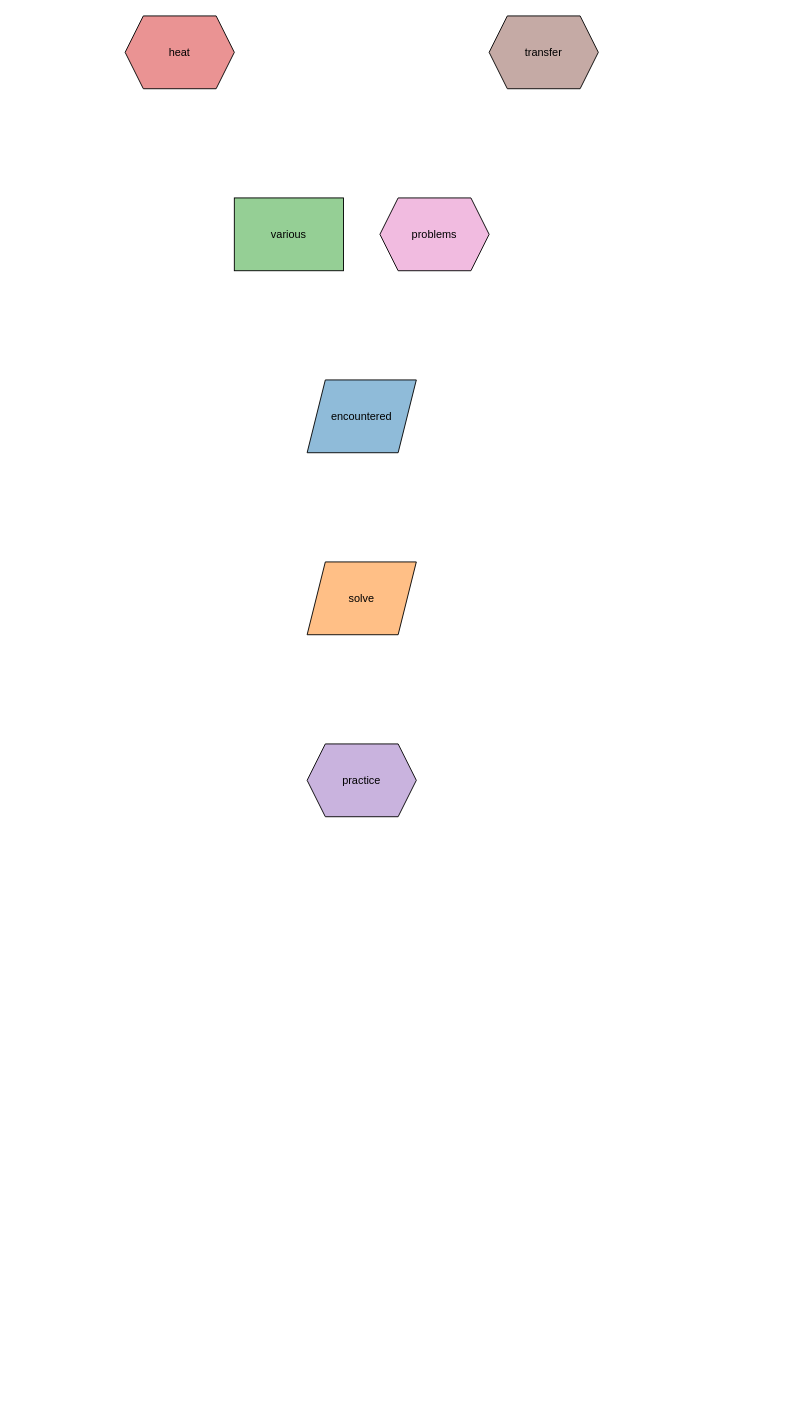
Before: Chapter1 - Introduction & Basic Concepts/2026-01-28 - HelingNicholas_ConceptMap1.drawio in KizunaKiseki/HeatTransferProgram, a draw.io diagram. Source tidied: cells renumbered, new cells numbered last; positions are measured from the earlier drawing's top-left corner, leaving out a move shared by most shapes. Both pictures are drawn from the tidied source at 91%, with x=0, y=0 at pixel (125, 15).
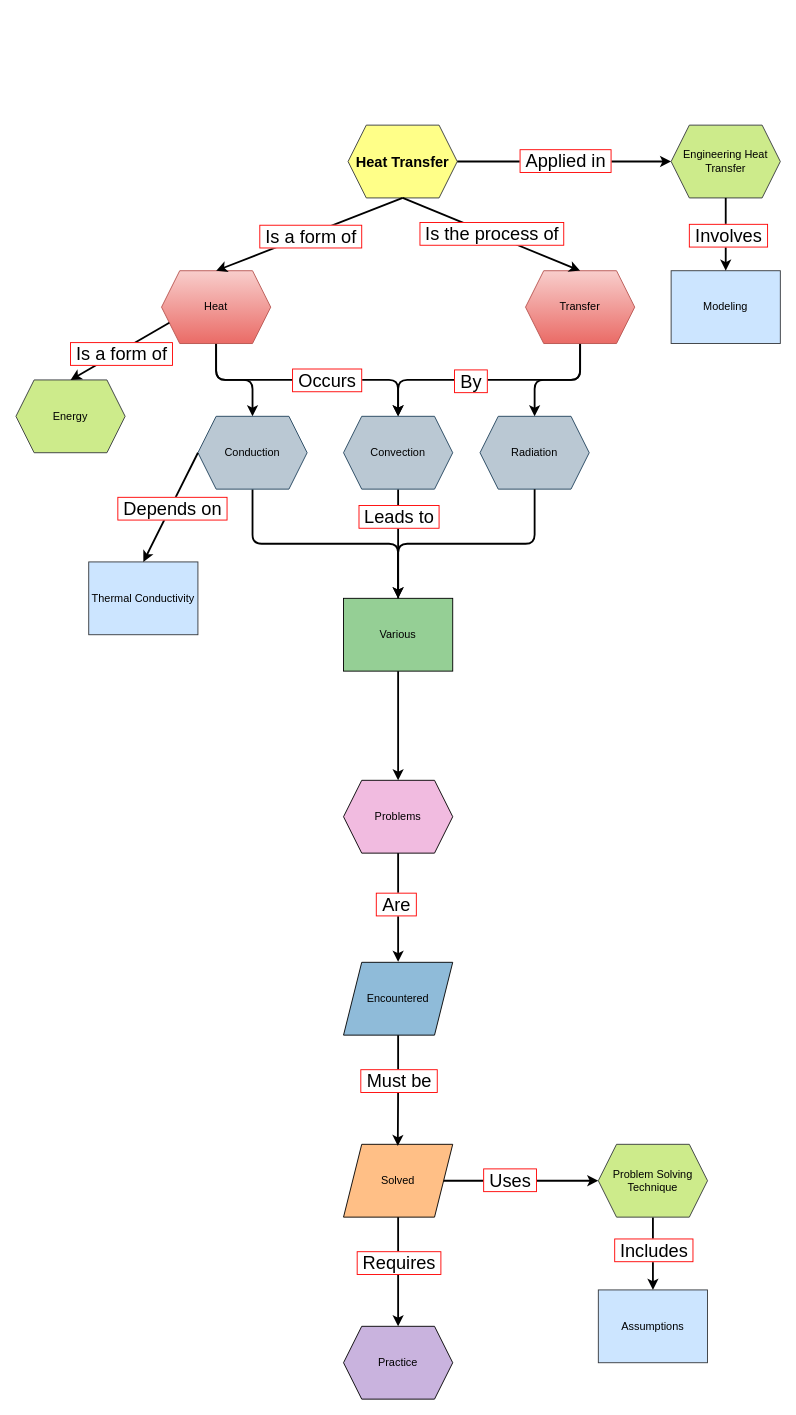
The same page after the edit.

Change to the diagram source:
```diff
@@
-    <mxCell id="2" value="encountered" style="whiteSpace=wrap;rounded=0;fillColor=#8fbbd9;dashed=0;inherit=default;shape=parallelogram;perimeter=parelleogramPerimeter;fixedSize=1;" parent="1" vertex="1">
-      <mxGeometry x="200" y="400" width="120" height="80" as="geometry" />
+    <mxCell id="2" value="Encountered" style="whiteSpace=wrap;rounded=0;fillColor=#8fbbd9;dashed=0;inherit=default;shape=parallelogram;perimeter=parelleogramPerimeter;fixedSize=1;" parent="1" vertex="1">
+      <mxGeometry x="240" y="1040" width="120" height="80" as="geometry" />
     </mxCell>
-    <mxCell id="3" value="solve" style="whiteSpace=wrap;rounded=0;fillColor=#ffbf86;dashed=0;inherit=default;shape=parallelogram;perimeter=parelleogramPerimeter;fixedSize=1;" parent="1" vertex="1">
-      <mxGeometry x="200" y="600" width="120" height="80" as="geometry" />
-    </mxCell>
-    <mxCell id="4" value="various" style="whiteSpace=wrap;rounded=0;fillColor=#95cf95;dashed=0;inherit=default;" parent="1" vertex="1">
-      <mxGeometry x="120" y="200" width="120" height="80" as="geometry" />
-    </mxCell>
+    <mxCell id="9" style="edgeStyle=elbowEdgeStyle;elbow=vertical;html=1;entryX=0;entryY=0.5;entryDx=0;entryDy=0;strokeWidth=2;" parent="1" edge="1" source="3" target="43">
+      <mxGeometry relative="1" as="geometry" />
+    </mxCell>
+    <mxCell id="10" value="&lt;font style=&quot;font-size: 20px;&quot;&gt;&amp;nbsp;Uses&amp;nbsp;&lt;/font&gt;" style="edgeLabel;html=1;align=center;verticalAlign=middle;labelBorderColor=light-dark(#ff0000, #ededed);" parent="9" vertex="1">
+      <mxGeometry x="0.11" y="2" relative="1" as="geometry" />
+    </mxCell>
+    <mxCell id="11" style="edgeStyle=elbowEdgeStyle;elbow=vertical;html=1;strokeWidth=2;" parent="1" edge="1" source="5" target="21">
+      <mxGeometry relative="1" as="geometry" />
+    </mxCell>
+    <mxCell id="12" value="&amp;nbsp;Occurs&amp;nbsp;" style="edgeLabel;html=1;align=center;verticalAlign=middle;fontSize=20;labelBorderColor=light-dark(#ff0000, #ededed);" parent="11" vertex="1">
+      <mxGeometry x="0.15" y="1" relative="1" as="geometry" />
+    </mxCell>
+    <mxCell id="13" style="edgeStyle=elbowEdgeStyle;elbow=vertical;html=1;exitX=0.5;exitY=1;exitDx=0;exitDy=0;entryX=0.5;entryY=0;entryDx=0;entryDy=0;strokeWidth=2;" parent="1" edge="1" source="5" target="18">
+      <mxGeometry relative="1" as="geometry" />
+    </mxCell>
-    <mxCell id="5" value="heat" style="whiteSpace=wrap;rounded=0;fillColor=#ea9393;dashed=0;inherit=default;shape=hexagon;perimeter=hexagonPerimeter2;fixedSize=1;strokeWidth=1;" parent="1" vertex="1">
-      <mxGeometry width="120" height="80" as="geometry" />
+    <mxCell id="5" value="Heat" style="whiteSpace=wrap;rounded=0;fillColor=#f8cecc;dashed=0;inherit=default;shape=hexagon;perimeter=hexagonPerimeter2;fixedSize=1;strokeWidth=1;strokeColor=#b85450;gradientColor=#ea6b66;" parent="1" vertex="1">
+      <mxGeometry x="40" y="280" width="120" height="80" as="geometry" />
     </mxCell>
-    <mxCell id="6" value="practice" style="whiteSpace=wrap;rounded=0;fillColor=#c9b3de;dashed=0;inherit=default;shape=hexagon;perimeter=hexagonPerimeter2;fixedSize=1;" parent="1" vertex="1">
-      <mxGeometry x="200" y="800" width="120" height="80" as="geometry" />
+    <mxCell id="6" value="Practice" style="whiteSpace=wrap;rounded=0;fillColor=#c9b3de;dashed=0;inherit=default;shape=hexagon;perimeter=hexagonPerimeter2;fixedSize=1;" parent="1" vertex="1">
+      <mxGeometry x="240" y="1440" width="120" height="80" as="geometry" />
     </mxCell>
+    <mxCell id="14" style="edgeStyle=elbowEdgeStyle;elbow=vertical;html=1;exitX=0.5;exitY=1;exitDx=0;exitDy=0;entryX=0.5;entryY=0;entryDx=0;entryDy=0;strokeWidth=2;" parent="1" edge="1" source="7" target="21">
+      <mxGeometry relative="1" as="geometry" />
+    </mxCell>
+    <mxCell id="15" value="&amp;nbsp;By&amp;nbsp;" style="edgeLabel;html=1;align=center;verticalAlign=middle;fontSize=20;labelBorderColor=light-dark(#ff0000, #ededed);" parent="14" vertex="1">
+      <mxGeometry x="0.15" relative="1" as="geometry" />
+    </mxCell>
+    <mxCell id="16" style="edgeStyle=elbowEdgeStyle;elbow=vertical;html=1;exitX=0.5;exitY=1;exitDx=0;exitDy=0;entryX=0.5;entryY=0;entryDx=0;entryDy=0;strokeWidth=2;" parent="1" edge="1" source="7" target="23">
+      <mxGeometry relative="1" as="geometry" />
+    </mxCell>
-    <mxCell id="7" value="transfer" style="whiteSpace=wrap;rounded=0;fillColor=#c5aaa5;dashed=0;inherit=default;shape=hexagon;perimeter=hexagonPerimeter2;fixedSize=1;" parent="1" vertex="1">
-      <mxGeometry x="400" width="120" height="80" as="geometry" />
+    <mxCell id="7" value="Transfer" style="whiteSpace=wrap;rounded=0;fillColor=#f8cecc;dashed=0;inherit=default;shape=hexagon;perimeter=hexagonPerimeter2;fixedSize=1;strokeColor=#b85450;gradientColor=#ea6b66;" parent="1" vertex="1">
+      <mxGeometry x="440" y="280" width="120" height="80" as="geometry" />
     </mxCell>
-    <mxCell id="8" value="problems" style="whiteSpace=wrap;rounded=0;fillColor=#f1bbe0;dashed=0;inherit=default;shape=hexagon;perimeter=hexagonPerimeter2;fixedSize=1;" parent="1" vertex="1">
-      <mxGeometry x="280" y="200" width="120" height="80" as="geometry" />
+    <mxCell id="8" value="Problems" style="whiteSpace=wrap;rounded=0;fillColor=#f1bbe0;dashed=0;inherit=default;shape=hexagon;perimeter=hexagonPerimeter2;fixedSize=1;" parent="1" vertex="1">
+      <mxGeometry x="240" y="840" width="120" height="80" as="geometry" />
     </mxCell>
+    <mxCell id="17" style="edgeStyle=elbowEdgeStyle;elbow=vertical;html=1;entryX=0.5;entryY=0;entryDx=0;entryDy=0;strokeWidth=2;" parent="1" edge="1" source="18" target="4">
+      <mxGeometry relative="1" as="geometry" />
+    </mxCell>
+    <mxCell id="18" value="Conduction" style="whiteSpace=wrap;rounded=0;fillColor=#bac8d3;dashed=0;inherit=default;shape=hexagon;perimeter=hexagonPerimeter2;fixedSize=1;strokeWidth=1;strokeColor=#23445d;" parent="1" vertex="1">
+      <mxGeometry x="80" y="440" width="120" height="80" as="geometry" />
+    </mxCell>
+    <mxCell id="19" style="edgeStyle=elbowEdgeStyle;elbow=vertical;html=1;exitX=0.5;exitY=1;exitDx=0;exitDy=0;strokeWidth=2;" parent="1" edge="1" source="21">
+      <mxGeometry relative="1" as="geometry">
+        <mxPoint x="300.4" y="720" as="targetPoint" />
+      </mxGeometry>
+    </mxCell>
+    <mxCell id="20" value="&amp;nbsp;Leads to&amp;nbsp;" style="edgeLabel;html=1;align=center;verticalAlign=middle;fontSize=20;labelBorderColor=light-dark(#ff0000, #ededed);" parent="19" vertex="1">
+      <mxGeometry x="-0.44" y="2" relative="1" as="geometry">
+        <mxPoint x="-2" y="-27" as="offset" />
+      </mxGeometry>
+    </mxCell>
+    <mxCell id="21" value="Convection" style="whiteSpace=wrap;rounded=0;fillColor=#bac8d3;dashed=0;inherit=default;shape=hexagon;perimeter=hexagonPerimeter2;fixedSize=1;strokeWidth=1;strokeColor=#23445d;" parent="1" vertex="1">
+      <mxGeometry x="240" y="440" width="120" height="80" as="geometry" />
+    </mxCell>
+    <mxCell id="22" style="edgeStyle=elbowEdgeStyle;elbow=vertical;html=1;exitX=0.5;exitY=1;exitDx=0;exitDy=0;strokeWidth=2;" parent="1" edge="1" source="4">
+      <mxGeometry relative="1" as="geometry">
+        <mxPoint x="300" y="720" as="targetPoint" />
+      </mxGeometry>
+    </mxCell>
+    <mxCell id="23" value="Radiation" style="whiteSpace=wrap;rounded=0;fillColor=#bac8d3;dashed=0;inherit=default;shape=hexagon;perimeter=hexagonPerimeter2;fixedSize=1;strokeWidth=1;strokeColor=#23445d;" parent="1" vertex="1">
+      <mxGeometry x="390" y="440" width="120" height="80" as="geometry" />
+    </mxCell>
+    <mxCell id="24" value="Heat Transfer" style="whiteSpace=wrap;rounded=0;dashed=0;inherit=default;shape=hexagon;perimeter=hexagonPerimeter2;fixedSize=1;strokeWidth=1;fillColor=#ffff88;strokeColor=#36393d;fontStyle=1;fontSize=16;" parent="1" vertex="1">
+      <mxGeometry x="245" y="120" width="120" height="80" as="geometry" />
+    </mxCell>
+    <mxCell id="25" style="edgeStyle=none;jettySize=auto;html=1;entryX=0.5;entryY=0;entryDx=0;entryDy=0;exitX=0.5;exitY=1;exitDx=0;exitDy=0;strokeWidth=2;" parent="1" edge="1" source="24" target="7">
+      <mxGeometry relative="1" as="geometry" />
+    </mxCell>
+    <mxCell id="26" value="&amp;nbsp;Is the process of&amp;nbsp;" style="edgeLabel;html=1;align=center;verticalAlign=middle;fontSize=20;labelBorderColor=light-dark(#ff0000, #ededed);" parent="25" vertex="1">
+      <mxGeometry y="2" relative="1" as="geometry" />
+    </mxCell>
+    <mxCell id="27" style="edgeStyle=none;jettySize=auto;html=1;entryX=0.5;entryY=0;entryDx=0;entryDy=0;exitX=0.5;exitY=1;exitDx=0;exitDy=0;strokeWidth=2;" parent="1" edge="1" source="24" target="5">
+      <mxGeometry relative="1" as="geometry" />
+    </mxCell>
+    <mxCell id="28" value="&amp;nbsp;Is a form of&amp;nbsp;" style="edgeLabel;html=1;align=center;verticalAlign=middle;fontSize=20;labelBorderColor=light-dark(#ff0000, #ededed);" parent="27" vertex="1">
+      <mxGeometry y="2" relative="1" as="geometry" />
+    </mxCell>
+    <mxCell id="29" value="Energy" style="whiteSpace=wrap;rounded=0;fillColor=#cdeb8b;dashed=0;inherit=default;shape=hexagon;perimeter=hexagonPerimeter2;fixedSize=1;strokeWidth=1;strokeColor=#36393d;" parent="1" vertex="1">
+      <mxGeometry x="-120" y="400" width="120" height="80" as="geometry" />
+    </mxCell>
+    <mxCell id="30" style="edgeStyle=none;jettySize=auto;html=1;entryX=0.5;entryY=0;entryDx=0;entryDy=0;exitX=0;exitY=0.75;exitDx=0;exitDy=0;strokeWidth=2;" parent="1" edge="1" source="5" target="29">
+      <mxGeometry relative="1" as="geometry" />
+    </mxCell>
+    <mxCell id="31" value="&amp;nbsp;Is a form of&amp;nbsp;" style="edgeLabel;html=1;align=center;verticalAlign=middle;fontSize=20;labelBorderColor=light-dark(#ff0000, #ededed);" parent="30" vertex="1">
+      <mxGeometry y="2" relative="1" as="geometry" />
+    </mxCell>
+    <mxCell id="32" value="Engineering Heat Transfer" style="whiteSpace=wrap;rounded=0;fillColor=#cdeb8b;dashed=0;inherit=default;shape=hexagon;perimeter=hexagonPerimeter2;fixedSize=1;strokeWidth=1;strokeColor=#36393d;" parent="1" vertex="1">
+      <mxGeometry x="600" y="120" width="120" height="80" as="geometry" />
+    </mxCell>
+    <mxCell id="33" style="edgeStyle=none;jettySize=auto;html=1;entryX=0;entryY=0.5;entryDx=0;entryDy=0;exitX=1;exitY=0.5;exitDx=0;exitDy=0;strokeWidth=2;" parent="1" edge="1" source="24" target="32">
+      <mxGeometry relative="1" as="geometry" />
+    </mxCell>
+    <mxCell id="34" value="&amp;nbsp;Applied in&amp;nbsp;" style="edgeLabel;html=1;align=center;verticalAlign=middle;fontSize=20;labelBorderColor=light-dark(#ff0000, #ededed);" parent="33" vertex="1">
+      <mxGeometry y="2" relative="1" as="geometry" />
+    </mxCell>
+    <mxCell id="35" value="Modeling" style="whiteSpace=wrap;rounded=0;fillColor=#cce5ff;dashed=0;inherit=default;strokeColor=#36393d;" parent="1" vertex="1">
+      <mxGeometry x="600" y="280" width="120" height="80" as="geometry" />
+    </mxCell>
+    <mxCell id="36" style="edgeStyle=none;jettySize=auto;html=1;entryX=0.5;entryY=0;entryDx=0;entryDy=0;exitX=0.5;exitY=1;exitDx=0;exitDy=0;strokeWidth=2;" parent="1" edge="1" source="32" target="35">
+      <mxGeometry relative="1" as="geometry" />
+    </mxCell>
+    <mxCell id="37" value="&amp;nbsp;Involves&amp;nbsp;" style="edgeLabel;html=1;align=center;verticalAlign=middle;fontSize=20;labelBorderColor=light-dark(#ff0000, #ededed);" parent="36" vertex="1">
+      <mxGeometry y="2" relative="1" as="geometry" />
+    </mxCell>
+    <mxCell id="38" value="Thermal Conductivity" style="whiteSpace=wrap;rounded=0;fillColor=#cce5ff;dashed=0;inherit=default;strokeColor=#36393d;" parent="1" vertex="1">
+      <mxGeometry x="-40" y="600" width="120" height="80" as="geometry" />
+    </mxCell>
+    <mxCell id="39" style="edgeStyle=none;jettySize=auto;html=1;entryX=0.5;entryY=0;entryDx=0;entryDy=0;exitX=0;exitY=0.5;exitDx=0;exitDy=0;strokeWidth=2;" parent="1" edge="1" source="18" target="38">
+      <mxGeometry relative="1" as="geometry" />
+    </mxCell>
+    <mxCell id="40" value="&amp;nbsp;Depends on&amp;nbsp;" style="edgeLabel;html=1;align=center;verticalAlign=middle;fontSize=20;labelBorderColor=light-dark(#ff0000, #ededed);" parent="39" vertex="1">
+      <mxGeometry y="2" relative="1" as="geometry" />
+    </mxCell>
+    <mxCell id="41" style="edgeStyle=elbowEdgeStyle;elbow=horizontal;html=1;strokeWidth=2;" parent="1" edge="1" source="43" target="44">
+      <mxGeometry relative="1" as="geometry" />
+    </mxCell>
+    <mxCell id="42" value="&lt;span style=&quot;font-size: 20px;&quot;&gt;&amp;nbsp;Includes&amp;nbsp;&lt;/span&gt;" style="edgeLabel;html=1;align=center;verticalAlign=middle;labelBorderColor=light-dark(#ff0000, #ededed);" parent="41" vertex="1">
+      <mxGeometry x="0.27" y="1" relative="1" as="geometry">
+        <mxPoint x="-1" y="-16" as="offset" />
+      </mxGeometry>
+    </mxCell>
+    <mxCell id="43" value="Problem Solving Technique" style="whiteSpace=wrap;rounded=0;fillColor=#cdeb8b;dashed=0;inherit=default;shape=hexagon;perimeter=hexagonPerimeter2;fixedSize=1;strokeWidth=1;strokeColor=#36393d;" parent="1" vertex="1">
+      <mxGeometry x="520" y="1240" width="120" height="80" as="geometry" />
+    </mxCell>
+    <mxCell id="44" value="Assumptions" style="whiteSpace=wrap;rounded=0;fillColor=#cce5ff;dashed=0;inherit=default;strokeColor=#36393d;" parent="1" vertex="1">
+      <mxGeometry x="520" y="1400" width="120" height="80" as="geometry" />
+    </mxCell>
+    <mxCell id="45" style="edgeStyle=elbowEdgeStyle;elbow=vertical;html=1;exitX=0.5;exitY=1;exitDx=0;exitDy=0;strokeWidth=2;" parent="1" edge="1" source="23" target="4">
+      <mxGeometry relative="1" as="geometry" />
+    </mxCell>
+    <mxCell id="46" style="edgeStyle=elbowEdgeStyle;elbow=vertical;html=1;entryX=0.5;entryY=0;entryDx=0;entryDy=0;strokeWidth=2;" parent="1" edge="1" source="4" target="8">
+      <mxGeometry relative="1" as="geometry" />
+    </mxCell>
+    <mxCell id="4" value="Various" style="whiteSpace=wrap;rounded=0;fillColor=#95cf95;dashed=0;inherit=default;" parent="1" vertex="1">
+      <mxGeometry x="240" y="640" width="120" height="80" as="geometry" />
+    </mxCell>
+    <mxCell id="47" style="edgeStyle=elbowEdgeStyle;elbow=horizontal;html=1;entryX=0.5;entryY=0;entryDx=0;entryDy=0;strokeWidth=2;" parent="1" edge="1" source="3" target="6">
+      <mxGeometry relative="1" as="geometry" />
+    </mxCell>
+    <mxCell id="48" value="&amp;nbsp;Requires&amp;nbsp;" style="edgeLabel;html=1;align=center;verticalAlign=middle;fontSize=20;labelBorderColor=light-dark(#ff0000, #ededed);" parent="47" vertex="1">
+      <mxGeometry x="0.11" relative="1" as="geometry" />
+    </mxCell>
+    <mxCell id="3" value="Solved" style="whiteSpace=wrap;rounded=0;fillColor=#ffbf86;dashed=0;inherit=default;shape=parallelogram;perimeter=parelleogramPerimeter;fixedSize=1;" parent="1" vertex="1">
+      <mxGeometry x="240" y="1240" width="120" height="80" as="geometry" />
+    </mxCell>
+    <mxCell id="49" style="edgeStyle=elbowEdgeStyle;elbow=horizontal;html=1;entryX=0.497;entryY=-0.007;entryDx=0;entryDy=0;entryPerimeter=0;strokeWidth=2;" parent="1" edge="1" source="8" target="2">
+      <mxGeometry relative="1" as="geometry" />
+    </mxCell>
+    <mxCell id="50" value="&amp;nbsp;Are&amp;nbsp;" style="edgeLabel;html=1;align=center;verticalAlign=middle;fontSize=20;labelBorderColor=light-dark(#ff0000, #ededed);" parent="49" vertex="1">
+      <mxGeometry x="-0.1" y="-3" relative="1" as="geometry">
+        <mxPoint y="1" as="offset" />
+      </mxGeometry>
+    </mxCell>
+    <mxCell id="51" style="edgeStyle=elbowEdgeStyle;elbow=vertical;html=1;entryX=0.497;entryY=0.023;entryDx=0;entryDy=0;entryPerimeter=0;strokeWidth=2;" parent="1" edge="1" target="3">
+      <mxGeometry relative="1" as="geometry">
+        <mxPoint x="300" y="1120" as="sourcePoint" />
+      </mxGeometry>
+    </mxCell>
+    <mxCell id="52" value="&amp;nbsp;Must be&amp;nbsp;" style="edgeLabel;html=1;align=center;verticalAlign=middle;fontSize=20;labelBorderColor=light-dark(#ff0000, #ededed);" parent="51" vertex="1">
+      <mxGeometry x="-0.2" relative="1" as="geometry" />
+    </mxCell>
```
